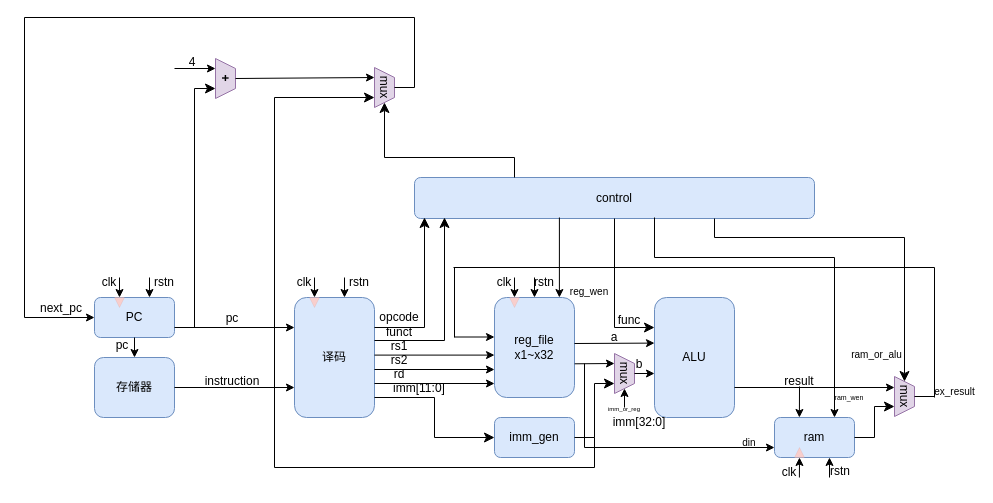
Before: riscv.drawio in youmiwei/drawio, a draw.io diagram. Source tidied: cells renumbered, new cells numbered last; positions are measured from the earlier drawing's top-left corner, leaving out a move shared by most shapes. Both pictures are drawn from the tidied source at 100%, with x=0, y=0 at pixel (24, 17).
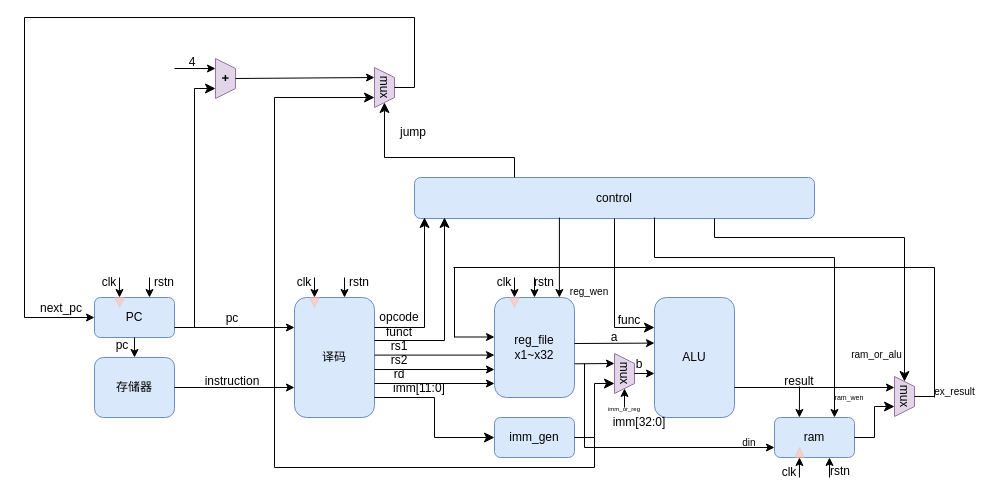
After the change.

What changed in the source:
```diff
@@
+    <mxCell id="98" value="jump" style="text;html=1;align=center;verticalAlign=middle;whiteSpace=wrap;rounded=0;" parent="1" vertex="1">
+      <mxGeometry x="374" y="110" width="30" height="10" as="geometry" />
+    </mxCell>
```
